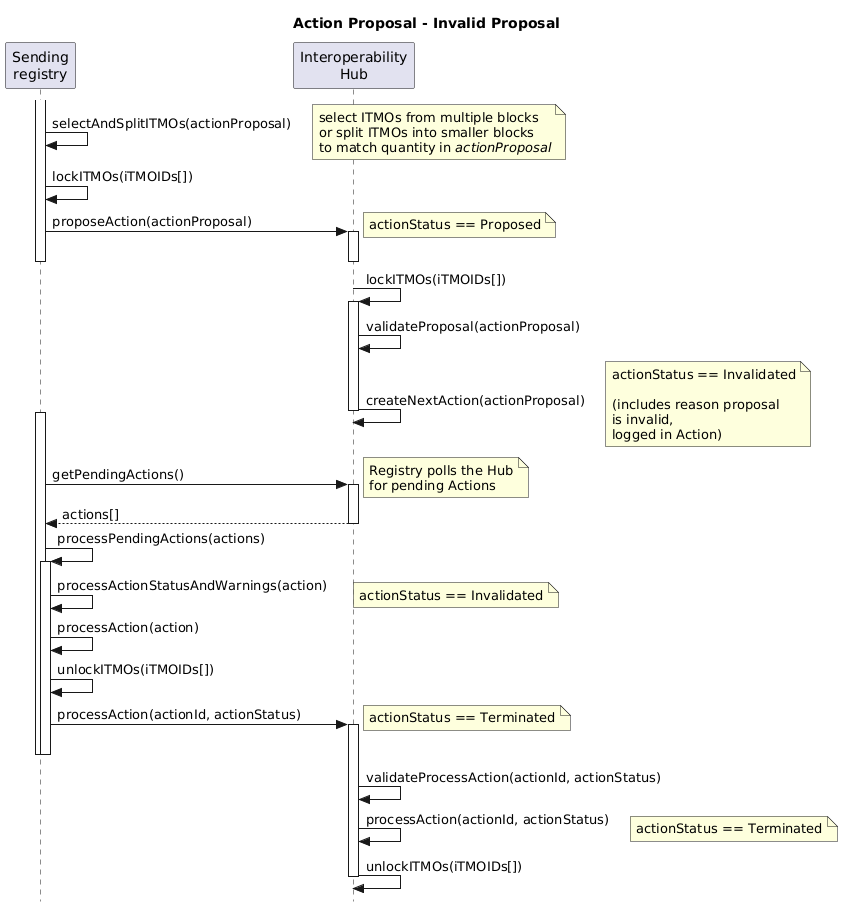
The PlantUML diagram diagrams/actionProposal_Invalid_Sequence.png in frankcnng/CARP, before a commit.
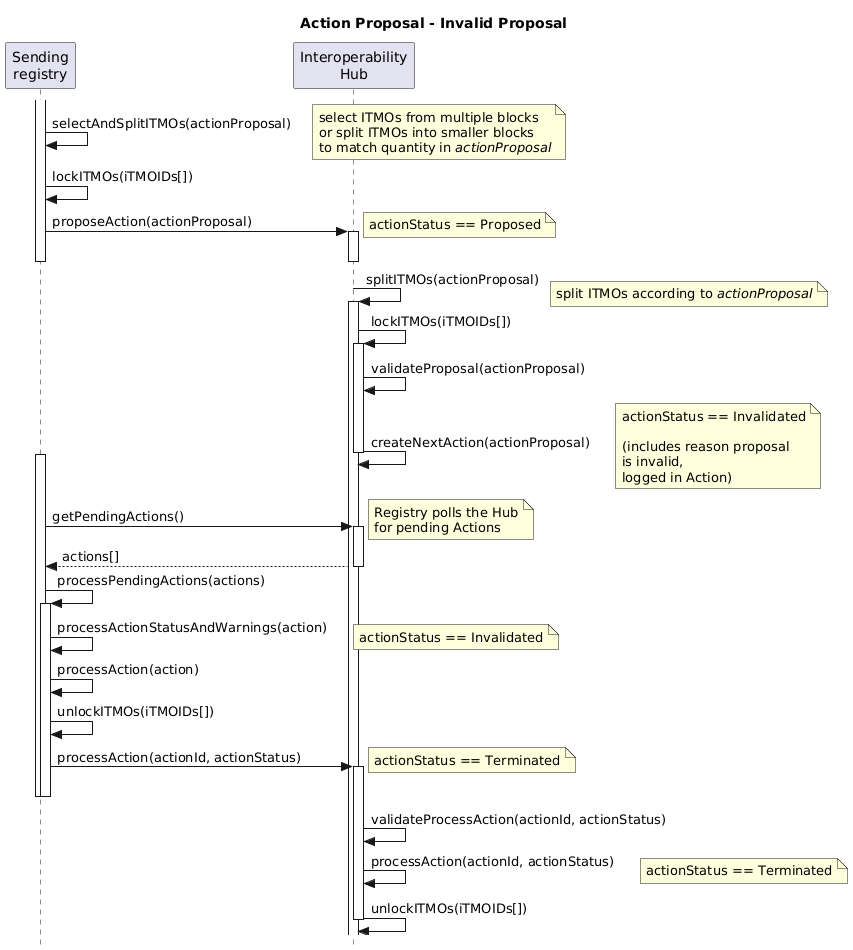
After the change.

The edit, as a diff of the source:
```diff
@@ -11,12 +11,15 @@
 Sender -> Sender: selectAndSplitITMOs(actionProposal)
 note right: select ITMOs from multiple blocks\nor split ITMOs into smaller blocks\nto match quantity in //actionProposal//
 
+
 Sender -> Sender: lockITMOs(iTMOIDs[])
 Sender -> Hub++ : proposeAction(actionProposal)
 note right: actionStatus == Proposed
 deactivate Sender
 deactivate Hub
 
+Hub -> Hub++: splitITMOs(actionProposal)
+note right: split ITMOs according to //actionProposal//
 Hub -> Hub++: lockITMOs(iTMOIDs[])
 Hub -> Hub: validateProposal(actionProposal)
 Hub -> Hub--: createNextAction(actionProposal)
```
